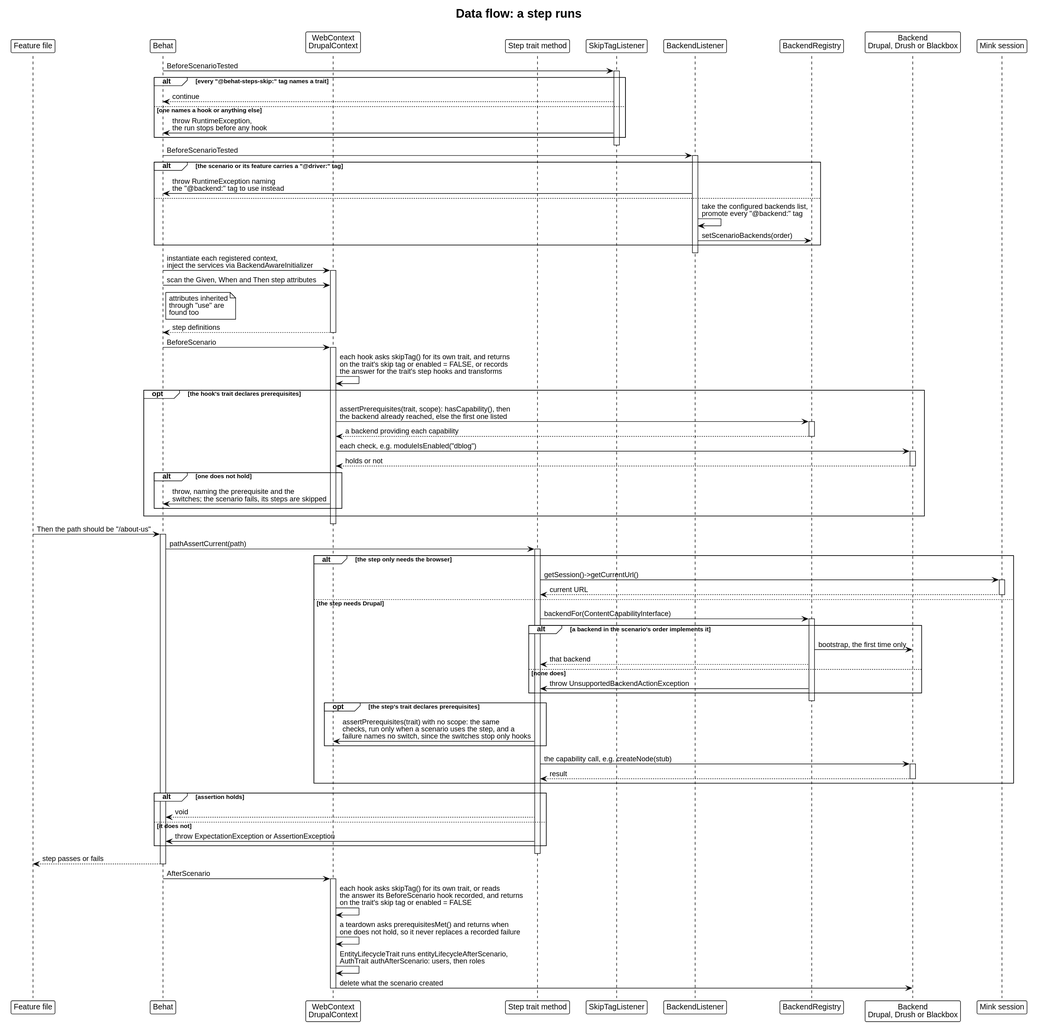
Earlier version of the PlantUML export docs/architecture/dataflow-step.svg (drevops/behat-steps).
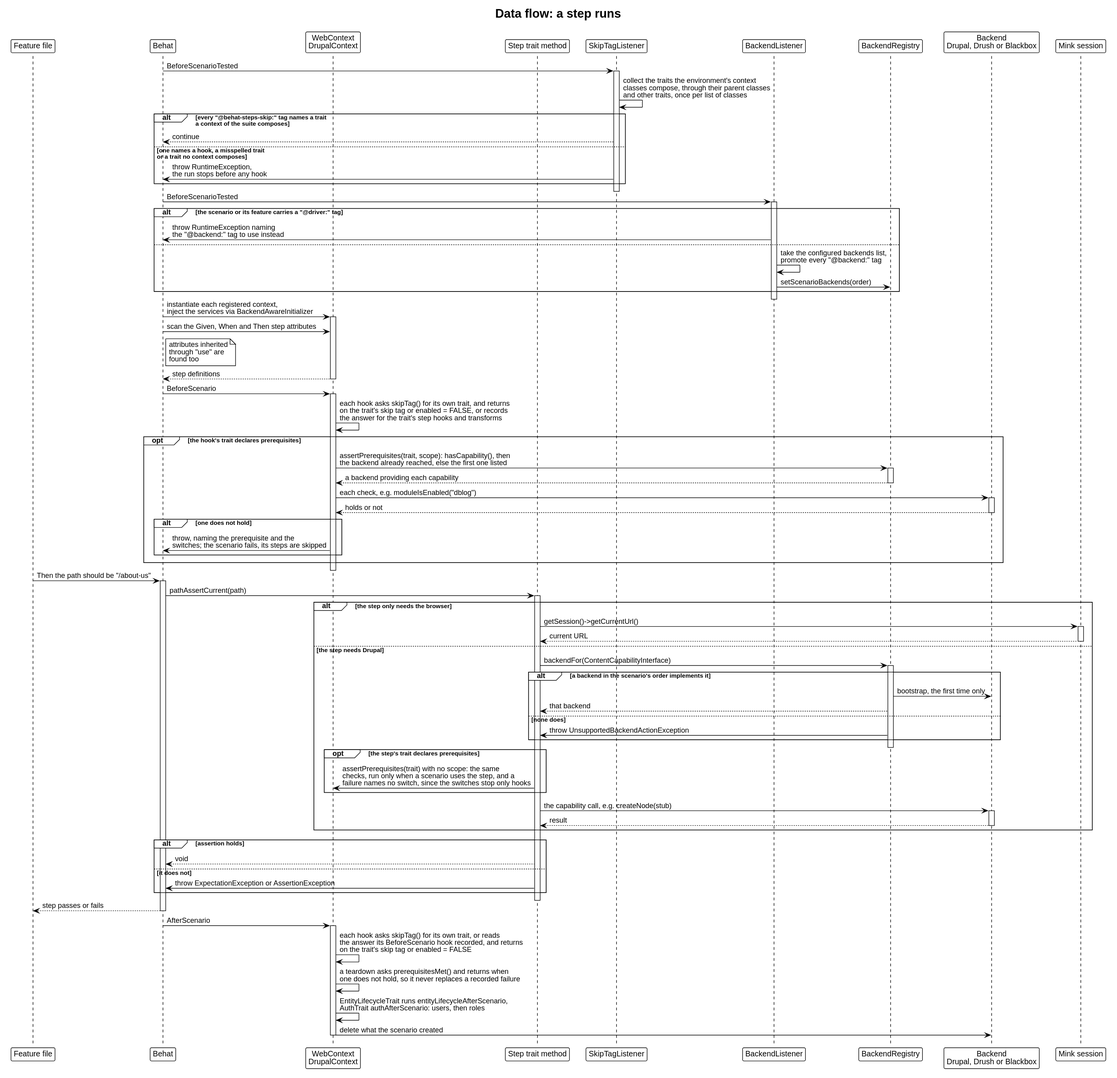
After the commit.

Commit message:
[#1003] Updated the architecture docs for the skip tag check against composed traits.

What changed in the source:
```diff
@@ -17,9 +17,10 @@
 
 Behat -> SkipListener: BeforeScenarioTested
 activate SkipListener
-alt every "@behat-steps-skip:" tag names a trait
+SkipListener -> SkipListener: collect the traits the environment's context\nclasses compose, through their parent classes\nand other traits, once per list of classes
+alt every "@behat-steps-skip:" tag names a trait\na context of the suite composes
   SkipListener --> Behat: continue
-else one names a hook or anything else
+else one names a hook, a misspelled trait\nor a trait no context composes
   SkipListener -> Behat: throw RuntimeException,\nthe run stops before any hook
 end
 deactivate SkipListener
```
